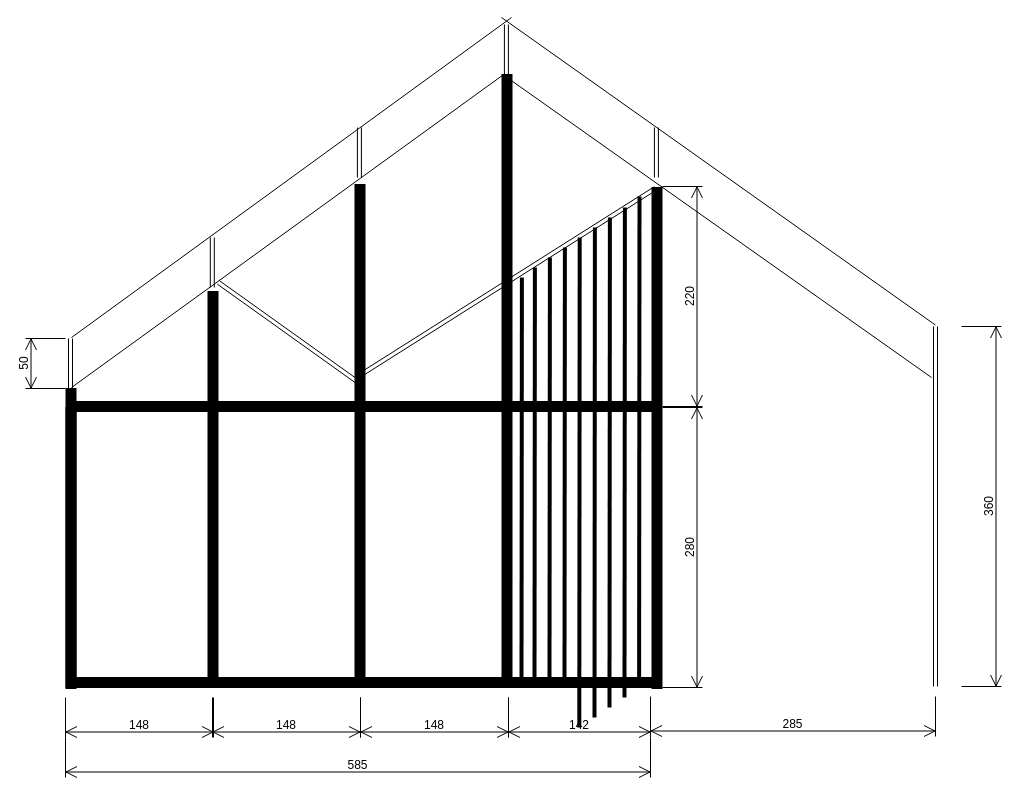
Above: page "smallFilled" (3 of 4) of House.drawio in algimas/tmp (draw.io), before the change. Source tidied: cells renumbered, new cells numbered last; positions are measured from the earlier drawing's top-left corner, leaving out a move shared by most shapes. Both pictures are drawn from the tidied source at 100%, with x=0, y=0 at pixel (25, 17).
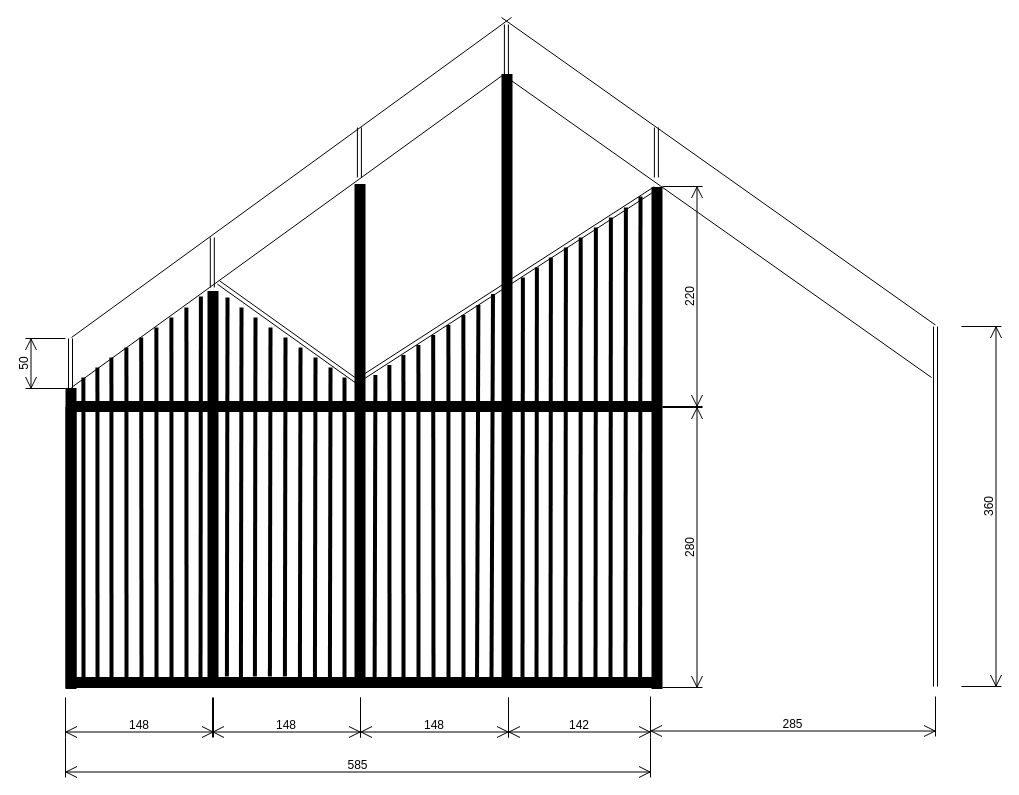
Above is the later version.

Unchanged cells that the change refers to:
```xml
<mxCell id="5" style="verticalLabelPosition=bottom;html=1;verticalAlign=top;align=center;shape=mxgraph.floorplan.wall;fillColor=strokeColor;direction=south;" parent="1" vertex="1">
  <mxGeometry x="626" y="170" width="11" height="220" as="geometry" />
</mxCell>
<mxCell id="19" style="verticalLabelPosition=bottom;html=1;verticalAlign=top;align=center;shape=mxgraph.floorplan.wall;fillColor=strokeColor;" parent="1" vertex="1">
  <mxGeometry x="42" y="660" width="585" height="10" as="geometry" />
</mxCell>
```

The edit, as a diff of the source:
```diff
@@
-    <mxCell id="34" style="shape=link;endArrow=classic;html=1;rounded=0;exitX=1.006;exitY=-0.075;exitDx=0;exitDy=0;exitPerimeter=0;entryX=0.004;entryY=0.649;entryDx=0;entryDy=0;entryPerimeter=0;" parent="1" edge="1" target="5">
+    <mxCell id="34" style="shape=link;endArrow=classic;html=1;rounded=0;entryX=0.004;entryY=0.649;entryDx=0;entryDy=0;entryPerimeter=0;" parent="1" edge="1" target="5">
       <mxGeometry relative="1" as="geometry">
-        <mxPoint x="337" y="356.1" as="sourcePoint" />
+        <mxPoint x="337" y="360" as="sourcePoint" />
       </mxGeometry>
     </mxCell>
@@
     <mxCell id="36" style="endArrow=none;html=1;rounded=0;strokeWidth=4;" parent="1" edge="1">
       <mxGeometry relative="1" as="geometry">
-        <mxPoint x="613.6" y="669" as="sourcePoint" />
-        <mxPoint x="614" y="179" as="targetPoint" />
+        <mxPoint x="614.6" y="669" as="sourcePoint" />
+        <mxPoint x="615" y="179" as="targetPoint" />
       </mxGeometry>
     </mxCell>
     <mxCell id="37" style="endArrow=none;html=1;rounded=0;strokeWidth=4;" parent="1" edge="1">
       <mxGeometry relative="1" as="geometry">
-        <mxPoint x="599" y="680" as="sourcePoint" />
-        <mxPoint x="599.4" y="190" as="targetPoint" />
+        <mxPoint x="600" y="670" as="sourcePoint" />
+        <mxPoint x="600.4" y="190" as="targetPoint" />
       </mxGeometry>
     </mxCell>
     <mxCell id="38" style="endArrow=none;html=1;rounded=0;strokeWidth=4;" parent="1" edge="1">
       <mxGeometry relative="1" as="geometry">
-        <mxPoint x="584" y="690" as="sourcePoint" />
-        <mxPoint x="584.4" y="200" as="targetPoint" />
+        <mxPoint x="585" y="670" as="sourcePoint" />
+        <mxPoint x="585.4" y="200" as="targetPoint" />
       </mxGeometry>
     </mxCell>
     <mxCell id="39" style="endArrow=none;html=1;rounded=0;strokeWidth=4;" parent="1" edge="1">
       <mxGeometry relative="1" as="geometry">
-        <mxPoint x="569" y="700" as="sourcePoint" />
-        <mxPoint x="569.4" y="210" as="targetPoint" />
+        <mxPoint x="570" y="670" as="sourcePoint" />
+        <mxPoint x="570.4" y="210" as="targetPoint" />
       </mxGeometry>
     </mxCell>
     <mxCell id="40" style="endArrow=none;html=1;rounded=0;strokeWidth=4;" parent="1" edge="1">
       <mxGeometry relative="1" as="geometry">
-        <mxPoint x="553.8" y="710" as="sourcePoint" />
-        <mxPoint x="554.2" y="220" as="targetPoint" />
+        <mxPoint x="555" y="660" as="sourcePoint" />
+        <mxPoint x="555.2" y="220" as="targetPoint" />
       </mxGeometry>
     </mxCell>
     <mxCell id="41" style="endArrow=none;html=1;rounded=0;strokeWidth=4;" parent="1" edge="1">
       <mxGeometry relative="1" as="geometry">
-        <mxPoint x="539" y="660" as="sourcePoint" />
-        <mxPoint x="539.4" y="230" as="targetPoint" />
+        <mxPoint x="540" y="660" as="sourcePoint" />
+        <mxPoint x="540.4" y="230" as="targetPoint" />
       </mxGeometry>
     </mxCell>
     <mxCell id="42" style="endArrow=none;html=1;rounded=0;strokeWidth=4;" parent="1" edge="1">
       <mxGeometry relative="1" as="geometry">
-        <mxPoint x="524" y="660" as="sourcePoint" />
-        <mxPoint x="524.4" y="240" as="targetPoint" />
+        <mxPoint x="525" y="660" as="sourcePoint" />
+        <mxPoint x="525.4" y="240" as="targetPoint" />
       </mxGeometry>
     </mxCell>
     <mxCell id="43" style="endArrow=none;html=1;rounded=0;strokeWidth=4;" parent="1" edge="1">
       <mxGeometry relative="1" as="geometry">
-        <mxPoint x="509" y="670" as="sourcePoint" />
-        <mxPoint x="509.4" y="250" as="targetPoint" />
+        <mxPoint x="511" y="670" as="sourcePoint" />
+        <mxPoint x="511.4" y="250" as="targetPoint" />
       </mxGeometry>
     </mxCell>
     <mxCell id="44" style="endArrow=none;html=1;rounded=0;strokeWidth=4;" parent="1" edge="1">
       <mxGeometry relative="1" as="geometry">
-        <mxPoint x="496" y="660" as="sourcePoint" />
-        <mxPoint x="496.4" y="260" as="targetPoint" />
+        <mxPoint x="497" y="660" as="sourcePoint" />
+        <mxPoint x="497.4" y="260" as="targetPoint" />
       </mxGeometry>
     </mxCell>
+    <mxCell id="45" style="endArrow=none;html=1;rounded=0;strokeWidth=4;" parent="1" edge="1">
+      <mxGeometry relative="1" as="geometry">
+        <mxPoint x="466" y="660" as="sourcePoint" />
+        <mxPoint x="467.5" y="276.5" as="targetPoint" />
+      </mxGeometry>
+    </mxCell>
+    <mxCell id="46" style="endArrow=none;html=1;rounded=0;strokeWidth=4;exitX=0.7;exitY=0.729;exitDx=0;exitDy=0;exitPerimeter=0;" parent="1" edge="1" source="19">
+      <mxGeometry relative="1" as="geometry">
+        <mxPoint x="452.9" y="287.5" as="targetPoint" />
+      </mxGeometry>
+    </mxCell>
+    <mxCell id="47" style="endArrow=none;html=1;rounded=0;strokeWidth=4;" parent="1" edge="1">
+      <mxGeometry relative="1" as="geometry">
+        <mxPoint x="438" y="660" as="sourcePoint" />
+        <mxPoint x="437.9" y="297.5" as="targetPoint" />
+      </mxGeometry>
+    </mxCell>
+    <mxCell id="48" style="endArrow=none;html=1;rounded=0;strokeWidth=4;" parent="1" edge="1">
+      <mxGeometry relative="1" as="geometry">
+        <mxPoint x="423" y="660" as="sourcePoint" />
+        <mxPoint x="422.9" y="307.5" as="targetPoint" />
+      </mxGeometry>
+    </mxCell>
+    <mxCell id="49" style="endArrow=none;html=1;rounded=0;strokeWidth=4;" parent="1" edge="1">
+      <mxGeometry relative="1" as="geometry">
+        <mxPoint x="408" y="660" as="sourcePoint" />
+        <mxPoint x="407.7" y="317.5" as="targetPoint" />
+      </mxGeometry>
+    </mxCell>
+    <mxCell id="50" style="endArrow=none;html=1;rounded=0;strokeWidth=4;" parent="1" edge="1">
+      <mxGeometry relative="1" as="geometry">
+        <mxPoint x="393" y="660" as="sourcePoint" />
+        <mxPoint x="392.9" y="327.5" as="targetPoint" />
+      </mxGeometry>
+    </mxCell>
+    <mxCell id="51" style="endArrow=none;html=1;rounded=0;strokeWidth=4;" parent="1" edge="1">
+      <mxGeometry relative="1" as="geometry">
+        <mxPoint x="378" y="660" as="sourcePoint" />
+        <mxPoint x="377.9" y="337.5" as="targetPoint" />
+      </mxGeometry>
+    </mxCell>
+    <mxCell id="52" style="endArrow=none;html=1;rounded=0;strokeWidth=4;" parent="1" edge="1">
+      <mxGeometry relative="1" as="geometry">
+        <mxPoint x="364" y="660" as="sourcePoint" />
+        <mxPoint x="363.9" y="347.5" as="targetPoint" />
+      </mxGeometry>
+    </mxCell>
+    <mxCell id="53" style="endArrow=none;html=1;rounded=0;strokeWidth=4;exitX=0.525;exitY=0.9;exitDx=0;exitDy=0;exitPerimeter=0;" parent="1" edge="1" source="19">
+      <mxGeometry relative="1" as="geometry">
+        <mxPoint x="349.9" y="357.5" as="targetPoint" />
+      </mxGeometry>
+    </mxCell>
+    <mxCell id="54" style="endArrow=none;html=1;rounded=0;strokeWidth=4;" parent="1" edge="1">
+      <mxGeometry relative="1" as="geometry">
+        <mxPoint x="175" y="670" as="sourcePoint" />
+        <mxPoint x="175.4" y="279" as="targetPoint" />
+      </mxGeometry>
+    </mxCell>
+    <mxCell id="55" style="endArrow=none;html=1;rounded=0;strokeWidth=4;" parent="1" edge="1">
+      <mxGeometry relative="1" as="geometry">
+        <mxPoint x="161" y="660" as="sourcePoint" />
+        <mxPoint x="160.9" y="290" as="targetPoint" />
+      </mxGeometry>
+    </mxCell>
+    <mxCell id="56" style="endArrow=none;html=1;rounded=0;strokeWidth=4;" parent="1" edge="1">
+      <mxGeometry relative="1" as="geometry">
+        <mxPoint x="146" y="660" as="sourcePoint" />
+        <mxPoint x="145.9" y="300" as="targetPoint" />
+      </mxGeometry>
+    </mxCell>
+    <mxCell id="57" style="endArrow=none;html=1;rounded=0;strokeWidth=4;" parent="1" edge="1">
+      <mxGeometry relative="1" as="geometry">
+        <mxPoint x="131" y="670" as="sourcePoint" />
+        <mxPoint x="130.9" y="310" as="targetPoint" />
+      </mxGeometry>
+    </mxCell>
+    <mxCell id="58" style="endArrow=none;html=1;rounded=0;strokeWidth=4;" parent="1" edge="1">
+      <mxGeometry relative="1" as="geometry">
+        <mxPoint x="116" y="660" as="sourcePoint" />
+        <mxPoint x="115.7" y="320" as="targetPoint" />
+      </mxGeometry>
+    </mxCell>
+    <mxCell id="59" style="endArrow=none;html=1;rounded=0;strokeWidth=4;" parent="1" edge="1">
+      <mxGeometry relative="1" as="geometry">
+        <mxPoint x="101" y="660" as="sourcePoint" />
+        <mxPoint x="100.9" y="330" as="targetPoint" />
+      </mxGeometry>
+    </mxCell>
+    <mxCell id="60" style="endArrow=none;html=1;rounded=0;strokeWidth=4;" parent="1" edge="1">
+      <mxGeometry relative="1" as="geometry">
+        <mxPoint x="86" y="660" as="sourcePoint" />
+        <mxPoint x="85.9" y="340" as="targetPoint" />
+      </mxGeometry>
+    </mxCell>
+    <mxCell id="61" style="endArrow=none;html=1;rounded=0;strokeWidth=4;" parent="1" edge="1">
+      <mxGeometry relative="1" as="geometry">
+        <mxPoint x="72" y="660" as="sourcePoint" />
+        <mxPoint x="71.9" y="350" as="targetPoint" />
+      </mxGeometry>
+    </mxCell>
+    <mxCell id="62" style="endArrow=none;html=1;rounded=0;strokeWidth=4;" parent="1" edge="1">
+      <mxGeometry relative="1" as="geometry">
+        <mxPoint x="58" y="660" as="sourcePoint" />
+        <mxPoint x="57.9" y="360" as="targetPoint" />
+      </mxGeometry>
+    </mxCell>
+    <mxCell id="63" style="endArrow=none;html=1;rounded=0;strokeWidth=4;" parent="1" edge="1">
+      <mxGeometry relative="1" as="geometry">
+        <mxPoint x="319" y="668" as="sourcePoint" />
+        <mxPoint x="319" y="360" as="targetPoint" />
+      </mxGeometry>
+    </mxCell>
+    <mxCell id="64" style="endArrow=none;html=1;rounded=0;strokeWidth=4;" parent="1" edge="1">
+      <mxGeometry relative="1" as="geometry">
+        <mxPoint x="304.4" y="669" as="sourcePoint" />
+        <mxPoint x="305" y="350" as="targetPoint" />
+      </mxGeometry>
+    </mxCell>
+    <mxCell id="65" style="endArrow=none;html=1;rounded=0;strokeWidth=4;" parent="1" edge="1">
+      <mxGeometry relative="1" as="geometry">
+        <mxPoint x="289.4" y="669" as="sourcePoint" />
+        <mxPoint x="290" y="340" as="targetPoint" />
+      </mxGeometry>
+    </mxCell>
+    <mxCell id="66" style="endArrow=none;html=1;rounded=0;strokeWidth=4;" parent="1" edge="1">
+      <mxGeometry relative="1" as="geometry">
+        <mxPoint x="274.4" y="669" as="sourcePoint" />
+        <mxPoint x="275" y="330" as="targetPoint" />
+      </mxGeometry>
+    </mxCell>
+    <mxCell id="67" style="endArrow=none;html=1;rounded=0;strokeWidth=4;" parent="1" edge="1">
+      <mxGeometry relative="1" as="geometry">
+        <mxPoint x="259.4" y="659" as="sourcePoint" />
+        <mxPoint x="260" y="320" as="targetPoint" />
+      </mxGeometry>
+    </mxCell>
+    <mxCell id="68" style="endArrow=none;html=1;rounded=0;strokeWidth=4;" parent="1" edge="1">
+      <mxGeometry relative="1" as="geometry">
+        <mxPoint x="244.4" y="659" as="sourcePoint" />
+        <mxPoint x="245" y="310" as="targetPoint" />
+      </mxGeometry>
+    </mxCell>
+    <mxCell id="69" style="endArrow=none;html=1;rounded=0;strokeWidth=4;" parent="1" edge="1">
+      <mxGeometry relative="1" as="geometry">
+        <mxPoint x="229.4" y="659" as="sourcePoint" />
+        <mxPoint x="230" y="300" as="targetPoint" />
+      </mxGeometry>
+    </mxCell>
+    <mxCell id="70" style="endArrow=none;html=1;rounded=0;strokeWidth=4;" parent="1" edge="1">
+      <mxGeometry relative="1" as="geometry">
+        <mxPoint x="215.4" y="669" as="sourcePoint" />
+        <mxPoint x="216" y="290" as="targetPoint" />
+      </mxGeometry>
+    </mxCell>
+    <mxCell id="71" style="endArrow=none;html=1;rounded=0;strokeWidth=4;" parent="1" edge="1">
+      <mxGeometry relative="1" as="geometry">
+        <mxPoint x="201.4" y="659" as="sourcePoint" />
+        <mxPoint x="202" y="280" as="targetPoint" />
+      </mxGeometry>
+    </mxCell>
```
